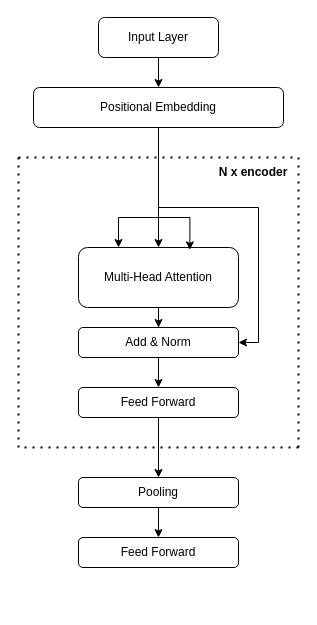
Above: model-structure.drawio in yting27/drawio-examples (draw.io), before the change. Source tidied: cells renumbered, new cells numbered last; positions are measured from the earlier drawing's top-left corner, leaving out a move shared by most shapes. Both pictures are drawn from the tidied source at 100%, with x=0, y=0 at pixel (18, 17).
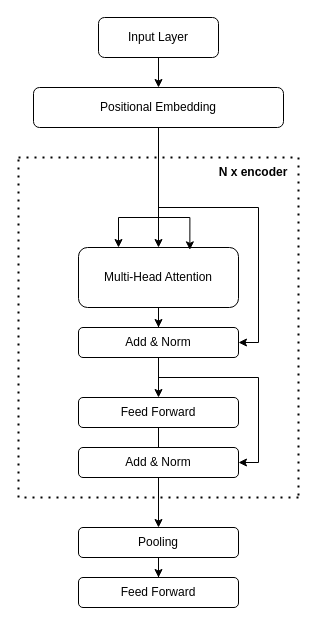
After the change.

The change refers to these unchanged cells:
```xml
<mxCell id="11" value="Add &amp;amp; Norm" style="rounded=1;whiteSpace=wrap;html=1;" parent="1" vertex="1">
  <mxGeometry x="60" y="310" width="160" height="30" as="geometry" />
</mxCell>
```

The edit, as a diff of the source:
```diff
@@
+    <mxCell id="23" style="edgeStyle=orthogonalEdgeStyle;rounded=0;jettySize=auto;html=1;entryX=1;entryY=0.5;entryDx=0;entryDy=0;" parent="1" edge="1" source="11" target="24">
+      <mxGeometry relative="1" as="geometry">
+        <Array as="points">
+          <mxPoint x="140" y="360" />
+          <mxPoint x="240" y="360" />
+          <mxPoint x="240" y="445" />
+        </Array>
+      </mxGeometry>
+    </mxCell>
@@
     <mxCell id="13" value="Feed Forward" style="rounded=1;whiteSpace=wrap;html=1;" parent="1" vertex="1">
-      <mxGeometry x="60" y="370" width="160" height="30" as="geometry" />
+      <mxGeometry x="60" y="380" width="160" height="30" as="geometry" />
     </mxCell>
@@
     <mxCell id="16" style="endArrow=none;dashed=1;html=1;dashPattern=1 3;strokeWidth=2;rounded=0;" parent="1" edge="1">
       <mxGeometry relative="1" as="geometry">
-        <mxPoint y="430" as="sourcePoint" />
+        <mxPoint y="480" as="sourcePoint" />
         <mxPoint y="140" as="targetPoint" />
       </mxGeometry>
     </mxCell>
     <mxCell id="17" style="endArrow=none;dashed=1;html=1;dashPattern=1 3;strokeWidth=2;rounded=0;" parent="1" edge="1">
       <mxGeometry relative="1" as="geometry">
-        <mxPoint x="280" y="430" as="sourcePoint" />
-        <mxPoint y="430" as="targetPoint" />
+        <mxPoint x="280" y="480" as="sourcePoint" />
+        <mxPoint y="480" as="targetPoint" />
       </mxGeometry>
     </mxCell>
     <mxCell id="18" style="endArrow=none;dashed=1;html=1;dashPattern=1 3;strokeWidth=2;rounded=0;" parent="1" edge="1">
       <mxGeometry relative="1" as="geometry">
         <mxPoint x="280" y="140" as="sourcePoint" />
-        <mxPoint x="280" y="430" as="targetPoint" />
+        <mxPoint x="280" y="480" as="targetPoint" />
       </mxGeometry>
     </mxCell>
@@
     <mxCell id="21" value="Pooling" style="rounded=1;whiteSpace=wrap;html=1;" parent="1" vertex="1">
-      <mxGeometry x="60" y="460" width="160" height="30" as="geometry" />
+      <mxGeometry x="60" y="510" width="160" height="30" as="geometry" />
     </mxCell>
     <mxCell id="22" value="Feed Forward" style="rounded=1;whiteSpace=wrap;html=1;" parent="1" vertex="1">
-      <mxGeometry x="60" y="520" width="160" height="30" as="geometry" />
+      <mxGeometry x="60" y="560" width="160" height="30" as="geometry" />
     </mxCell>
+    <mxCell id="24" value="Add &amp;amp; Norm" style="rounded=1;whiteSpace=wrap;html=1;" parent="1" vertex="1">
+      <mxGeometry x="60" y="430" width="160" height="30" as="geometry" />
+    </mxCell>
```
